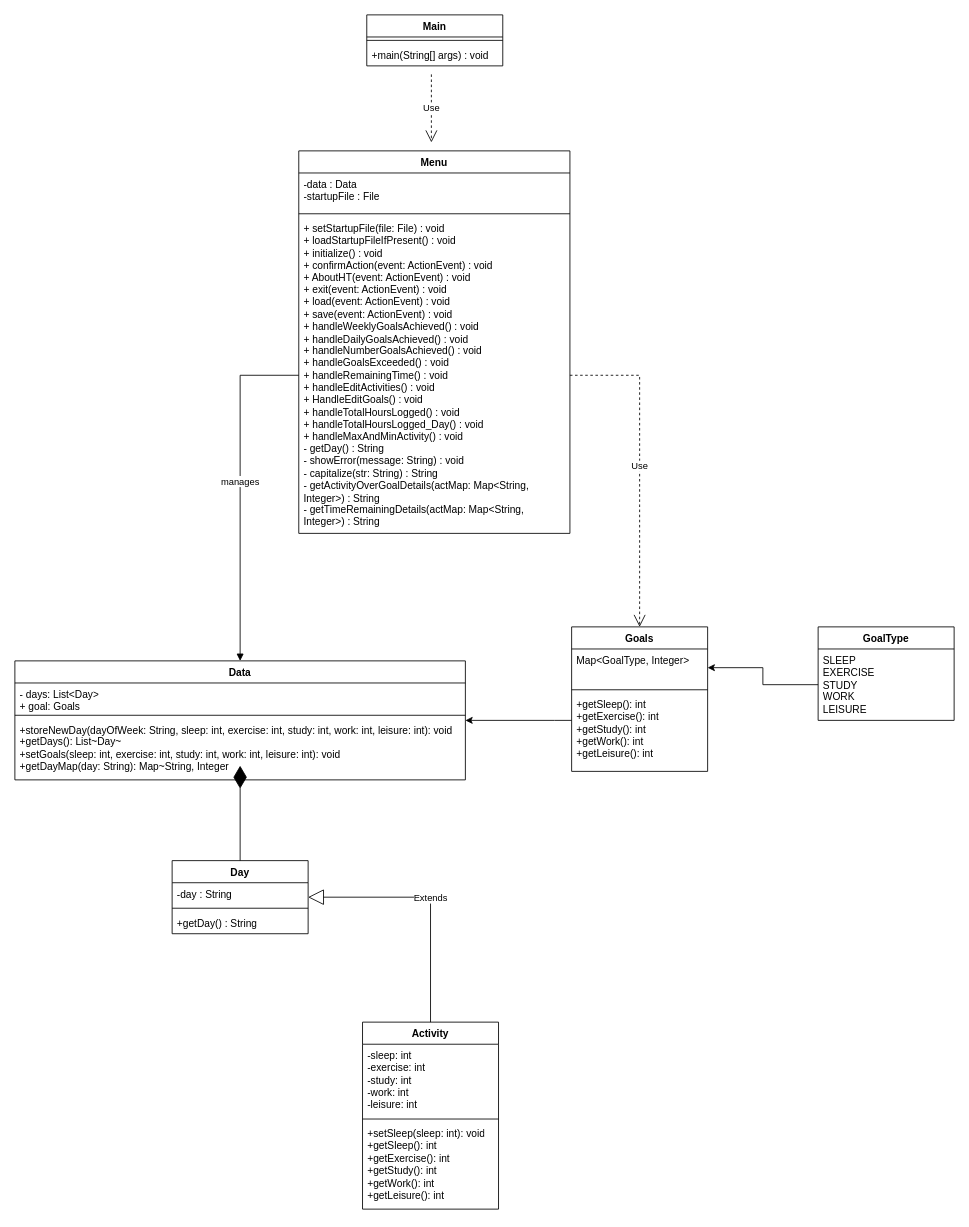
Above: GUI SKETCH + UML/UML_Diagram.drawio in amadeusk1/Habit-Tracker--CPSC-233-Final-Project (draw.io), before the change. Source tidied: cells renumbered, new cells numbered last; positions are measured from the earlier drawing's top-left corner, leaving out a move shared by most shapes. Both pictures are drawn from the tidied source at 85%, with x=0, y=0 at pixel (14, 14).
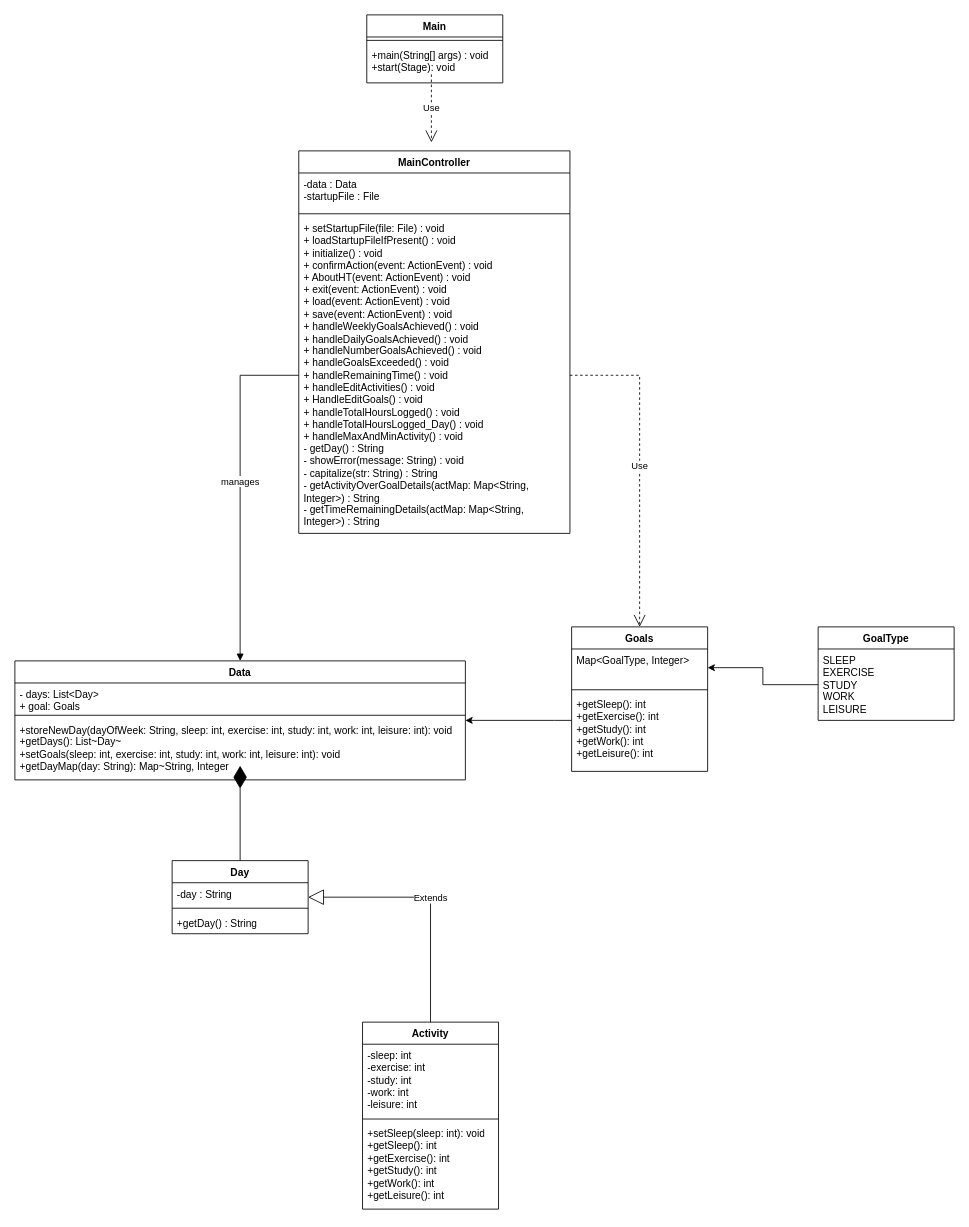
Above is the later version.

What changed in the source:
```diff
@@
     <mxCell id="7" value="Main" style="swimlane;fontStyle=1;align=center;verticalAlign=top;horizontal=1;startSize=26;whiteSpace=wrap;html=1;" parent="1" vertex="1">
-      <mxGeometry x="414" width="160" height="60" as="geometry" />
+      <mxGeometry x="414" width="160" height="80" as="geometry" />
     </mxCell>
@@
-    <mxCell id="9" value="+main(String[] args) : void" style="text;strokeColor=none;fillColor=none;align=left;verticalAlign=top;spacingLeft=4;spacingRight=4;overflow=hidden;whiteSpace=wrap;html=1;" parent="7" vertex="1">
-      <mxGeometry y="34" width="160" height="26" as="geometry" />
+    <mxCell id="9" value="+main(String[] args) : void&lt;br&gt;+start(Stage): void" style="text;strokeColor=none;fillColor=none;align=left;verticalAlign=top;spacingLeft=4;spacingRight=4;overflow=hidden;whiteSpace=wrap;html=1;" parent="7" vertex="1">
+      <mxGeometry y="34" width="160" height="46" as="geometry" />
     </mxCell>
-    <mxCell id="10" value="Menu" style="swimlane;fontStyle=1;align=center;verticalAlign=top;horizontal=1;startSize=26;whiteSpace=wrap;html=1;" parent="1" vertex="1">
+    <mxCell id="10" value="MainController" style="swimlane;fontStyle=1;align=center;verticalAlign=top;horizontal=1;startSize=26;whiteSpace=wrap;html=1;" parent="1" vertex="1">
       <mxGeometry x="334" y="160" width="319" height="450" as="geometry" />
     </mxCell>
```
